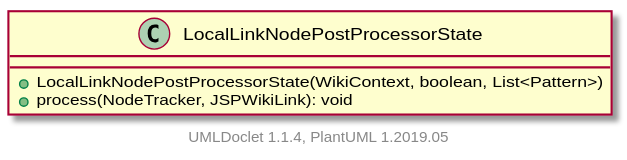
Earlier version of the PlantUML export apidocs/2.11.0.M7-SNAPSHOT/org/apache/wiki/markdown/extensions/jspwikilinks/postprocessor/LocalLinkNodePostProcessorState.svg (apache/jspwiki-site).
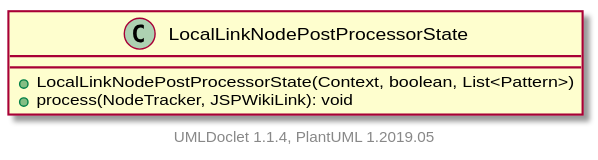
Above is the later version.

The edit, as a diff of the source:
```diff
@@ -1,7 +1,7 @@
 @startuml
 
     class LocalLinkNodePostProcessorState [[LocalLinkNodePostProcessorState.html]] {
-        +LocalLinkNodePostProcessorState(WikiContext, boolean, List<Pattern>)
+        +LocalLinkNodePostProcessorState(Context, boolean, List<Pattern>)
         +process(NodeTracker, JSPWikiLink): void
     }
 
```
